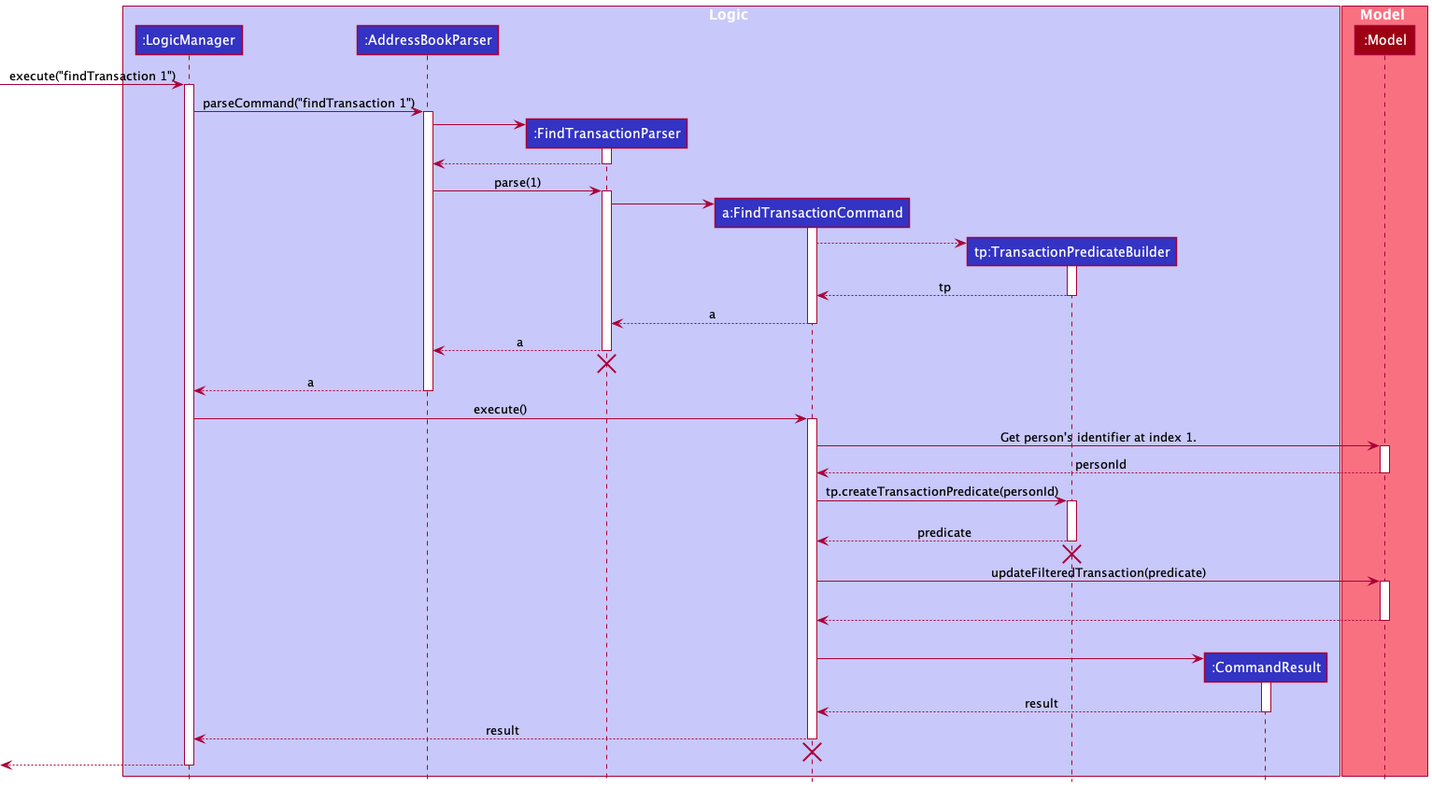
The PlantUML diagram docs/images/FindTransactionSequenceDiagram.png in nus-cs2103-AY2122S2/tp, before a commit. Its diagram source:
```plantuml
@startuml
!include style.puml

box Logic LOGIC_COLOR_T1
participant ":LogicManager" as LogicManager LOGIC_COLOR
participant ":AddressBookParser" as AddressBookParser LOGIC_COLOR
participant ":FindTransactionParser" as FindTransactionParser LOGIC_COLOR
participant "a:FindTransactionCommand" as FindTransactionCommand LOGIC_COLOR
participant "tp:TransactionPredicateBuilder" as TransactionPredicateBuilder LOGIC_COLOR
participant ":CommandResult" as CommandResult LOGIC_COLOR
end box

box Model MODEL_COLOR_T1
participant ":Model" as Model MODEL_COLOR
end box

[-> LogicManager : execute("findTransaction 1")
activate LogicManager

LogicManager -> AddressBookParser : parseCommand("findTransaction 1")
activate AddressBookParser

create FindTransactionParser
AddressBookParser -> FindTransactionParser
activate FindTransactionParser

FindTransactionParser --> AddressBookParser
deactivate FindTransactionParser

AddressBookParser -> FindTransactionParser : parse(1)
activate FindTransactionParser

create FindTransactionCommand
FindTransactionParser -> FindTransactionCommand
activate FindTransactionCommand

create TransactionPredicateBuilder
FindTransactionCommand --> TransactionPredicateBuilder
activate TransactionPredicateBuilder

TransactionPredicateBuilder --> FindTransactionCommand : tp
deactivate TransactionPredicateBuilder

FindTransactionCommand --> FindTransactionParser : a
deactivate FindTransactionCommand

FindTransactionParser --> AddressBookParser : a
deactivate FindTransactionParser
FindTransactionParser -[hidden]-> AddressBookParser
destroy FindTransactionParser

AddressBookParser --> LogicManager : a
deactivate AddressBookParser

LogicManager -> FindTransactionCommand : execute()
activate FindTransactionCommand

FindTransactionCommand -> Model : Get person's identifier at index 1.
activate Model
Model --> FindTransactionCommand : personId
deactivate Model

FindTransactionCommand -> TransactionPredicateBuilder : tp.createTransactionPredicate(personId)
activate TransactionPredicateBuilder

TransactionPredicateBuilder -[hidden]-> FindTransactionCommand
TransactionPredicateBuilder --> FindTransactionCommand : predicate
deactivate TransactionPredicateBuilder

TransactionPredicateBuilder -[hidden]> FindTransactionCommand
destroy TransactionPredicateBuilder

FindTransactionCommand -> Model : updateFilteredTransaction(predicate)
activate Model

Model -[hidden]-> FindTransactionCommand
Model -[hidden]-> FindTransactionCommand
Model --> FindTransactionCommand
deactivate Model

FindTransactionCommand -[hidden]-> FindTransactionCommand
create CommandResult
FindTransactionCommand -> CommandResult
activate CommandResult

CommandResult --> FindTransactionCommand : result
deactivate CommandResult

FindTransactionCommand --> LogicManager : result
deactivate FindTransactionCommand
FindTransactionCommand -[hidden]-> AddressBookParser
destroy FindTransactionCommand

[<--LogicManager
deactivate LogicManager
@enduml
```
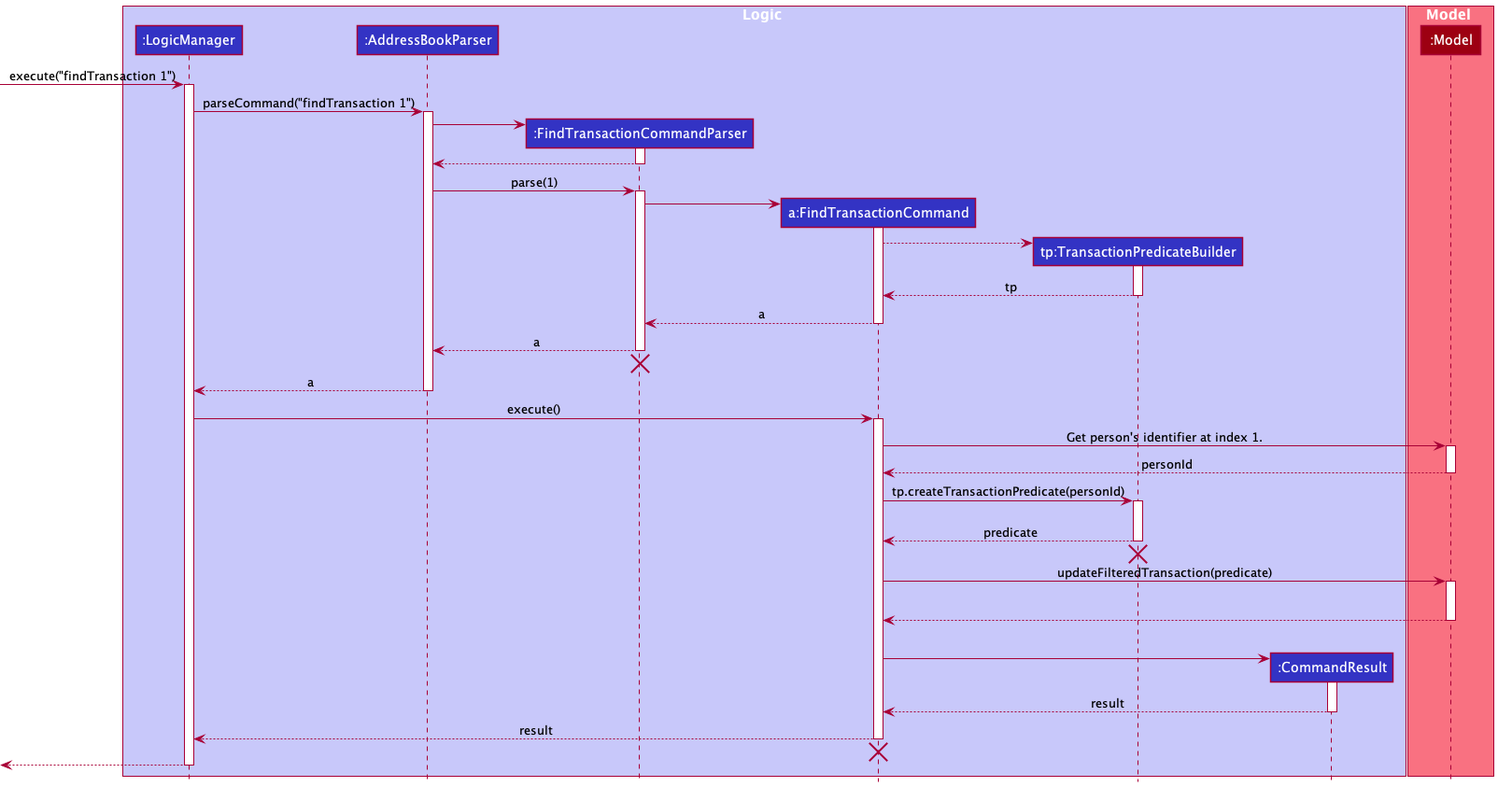
The same diagram one commit later.

What changed in the source:
```diff
@@ -4,7 +4,7 @@
 box Logic LOGIC_COLOR_T1
 participant ":LogicManager" as LogicManager LOGIC_COLOR
 participant ":AddressBookParser" as AddressBookParser LOGIC_COLOR
-participant ":FindTransactionParser" as FindTransactionParser LOGIC_COLOR
+participant ":FindTransactionCommandParser" as FindTransactionCommandParser LOGIC_COLOR
 participant "a:FindTransactionCommand" as FindTransactionCommand LOGIC_COLOR
 participant "tp:TransactionPredicateBuilder" as TransactionPredicateBuilder LOGIC_COLOR
 participant ":CommandResult" as CommandResult LOGIC_COLOR
@@ -20,18 +20,18 @@
 LogicManager -> AddressBookParser : parseCommand("findTransaction 1")
 activate AddressBookParser
 
-create FindTransactionParser
-AddressBookParser -> FindTransactionParser
-activate FindTransactionParser
+create FindTransactionCommandParser
+AddressBookParser -> FindTransactionCommandParser
+activate FindTransactionCommandParser
 
-FindTransactionParser --> AddressBookParser
-deactivate FindTransactionParser
+FindTransactionCommandParser --> AddressBookParser
+deactivate FindTransactionCommandParser
 
-AddressBookParser -> FindTransactionParser : parse(1)
-activate FindTransactionParser
+AddressBookParser -> FindTransactionCommandParser : parse(1)
+activate FindTransactionCommandParser
 
 create FindTransactionCommand
-FindTransactionParser -> FindTransactionCommand
+FindTransactionCommandParser -> FindTransactionCommand
 activate FindTransactionCommand
 
 create TransactionPredicateBuilder
@@ -41,13 +41,13 @@
 TransactionPredicateBuilder --> FindTransactionCommand : tp
 deactivate TransactionPredicateBuilder
 
-FindTransactionCommand --> FindTransactionParser : a
+FindTransactionCommand --> FindTransactionCommandParser : a
 deactivate FindTransactionCommand
 
-FindTransactionParser --> AddressBookParser : a
-deactivate FindTransactionParser
-FindTransactionParser -[hidden]-> AddressBookParser
-destroy FindTransactionParser
+FindTransactionCommandParser --> AddressBookParser : a
+deactivate FindTransactionCommandParser
+FindTransactionCommandParser -[hidden]-> AddressBookParser
+destroy FindTransactionCommandParser
 
 AddressBookParser --> LogicManager : a
 deactivate AddressBookParser
```
